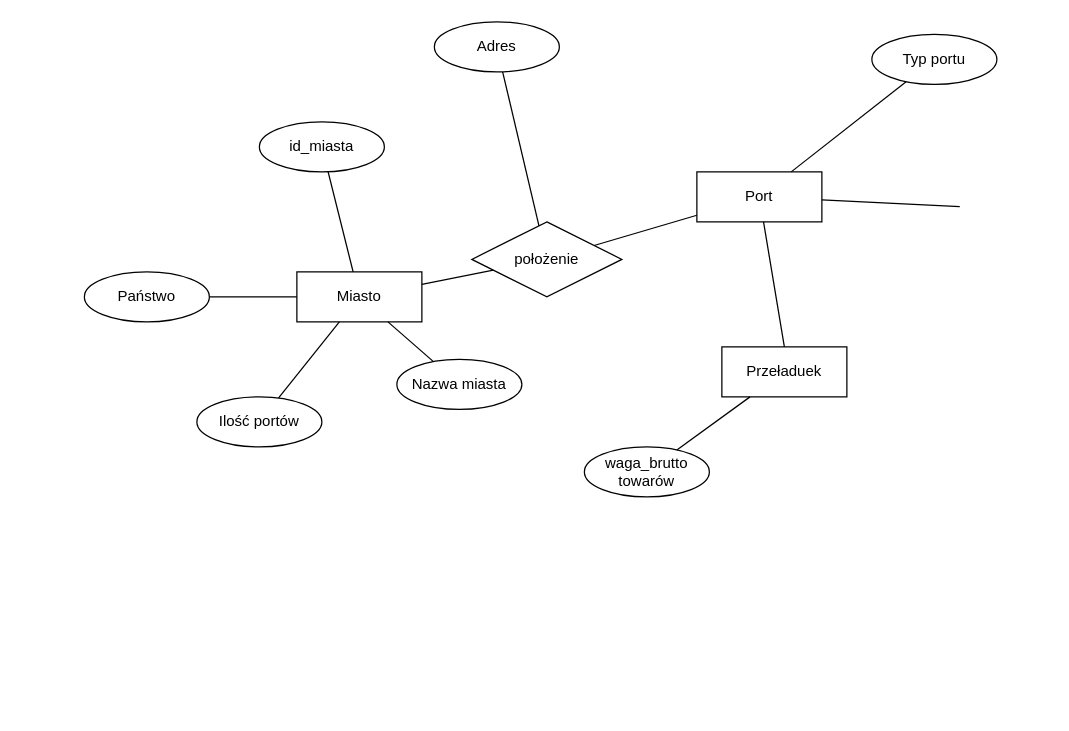
finalkiwii/databases-umbrellas keeps this draw.io diagram as portyv2.drawio. Above is the earlier version. Source tidied: cells renumbered, new cells numbered last; positions are measured from the earlier drawing's top-left corner, leaving out a move shared by most shapes. Both pictures are drawn from the tidied source at 125%, with x=0, y=0 at pixel (84, 21).
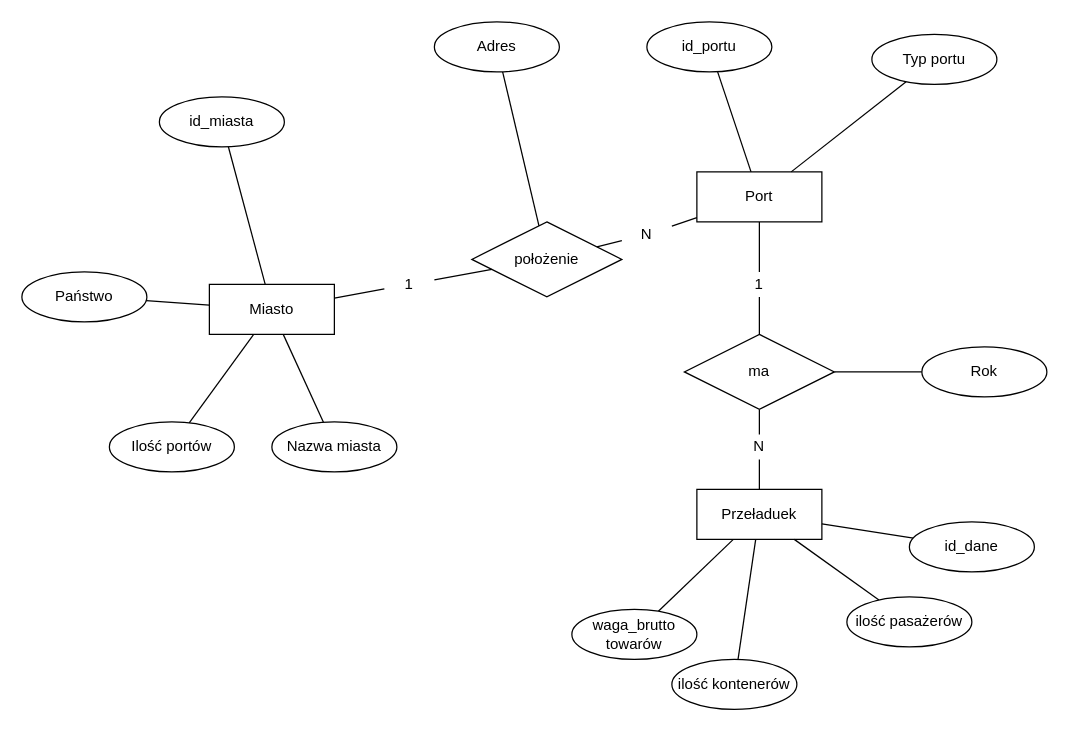
The same page after the edit.

Unchanged cells that the change refers to:
```xml
<mxCell id="7" value="Port" style="whiteSpace=wrap;html=1;align=center;" parent="1" vertex="1">
  <mxGeometry x="490" y="120" width="100" height="40" as="geometry" />
</mxCell>
<mxCell id="10" value="położenie" style="shape=rhombus;perimeter=rhombusPerimeter;whiteSpace=wrap;html=1;align=center;" parent="1" vertex="1">
  <mxGeometry x="310" y="160" width="120" height="60" as="geometry" />
</mxCell>
```

Change to the diagram source:
```diff
@@
     <mxCell id="2" value="Miasto" style="whiteSpace=wrap;html=1;align=center;" parent="1" vertex="1">
-      <mxGeometry x="170" y="200" width="100" height="40" as="geometry" />
+      <mxGeometry x="100" y="210" width="100" height="40" as="geometry" />
     </mxCell>
@@
     <mxCell id="4" value="Państwo" style="ellipse;whiteSpace=wrap;html=1;align=center;" parent="1" vertex="1">
-      <mxGeometry y="200" width="100" height="40" as="geometry" />
+      <mxGeometry x="-50" y="200" width="100" height="40" as="geometry" />
     </mxCell>
@@
     <mxCell id="6" value="Ilość portów" style="ellipse;whiteSpace=wrap;html=1;align=center;" parent="1" vertex="1">
-      <mxGeometry x="90" y="300" width="100" height="40" as="geometry" />
+      <mxGeometry x="20" y="320" width="100" height="40" as="geometry" />
     </mxCell>
@@
-    <mxCell id="8" style="edgeStyle=none;rounded=0;jettySize=auto;html=1;endArrow=none;endFill=0;" parent="1" edge="1" source="10" target="7">
+    <mxCell id="8" style="edgeStyle=none;rounded=0;jettySize=auto;html=1;endArrow=none;endFill=0;" parent="1" edge="1" source="33" target="7">
       <mxGeometry relative="1" as="geometry" />
     </mxCell>
-    <mxCell id="9" style="edgeStyle=none;rounded=0;jettySize=auto;html=1;endArrow=none;endFill=0;" parent="1" edge="1" source="10" target="2">
+    <mxCell id="9" style="edgeStyle=none;rounded=0;jettySize=auto;html=1;endArrow=none;endFill=0;" parent="1" edge="1" source="35" target="2">
       <mxGeometry relative="1" as="geometry" />
     </mxCell>
@@
-    <mxCell id="15" style="edgeStyle=none;rounded=0;jettySize=auto;html=1;endArrow=none;endFill=0;exitX=0.5;exitY=0;exitDx=0;exitDy=0;" parent="1" edge="1" source="21" target="7">
-      <mxGeometry relative="1" as="geometry" />
-    </mxCell>
@@
     <mxCell id="17" value="id_miasta" style="ellipse;whiteSpace=wrap;html=1;align=center;" parent="1" vertex="1">
-      <mxGeometry x="140" y="80" width="100" height="40" as="geometry" />
+      <mxGeometry x="60" y="60" width="100" height="40" as="geometry" />
     </mxCell>
@@
     <mxCell id="19" value="Nazwa miasta" style="ellipse;whiteSpace=wrap;html=1;align=center;" parent="1" vertex="1">
-      <mxGeometry x="250" y="270" width="100" height="40" as="geometry" />
+      <mxGeometry x="150" y="320" width="100" height="40" as="geometry" />
     </mxCell>
-    <mxCell id="20" style="edgeStyle=none;rounded=0;jettySize=auto;html=1;endArrow=none;endFill=0;" parent="1" edge="1" target="7">
-      <mxGeometry relative="1" as="geometry">
-        <mxPoint x="700.3" y="147.8" as="sourcePoint" />
-      </mxGeometry>
+    <mxCell id="20" style="edgeStyle=none;rounded=0;jettySize=auto;html=1;endArrow=none;endFill=0;exitX=0.5;exitY=0;exitDx=0;exitDy=0;" parent="1" edge="1" source="41" target="7">
+      <mxGeometry relative="1" as="geometry" />
     </mxCell>
+    <mxCell id="24" style="edgeStyle=none;rounded=0;jettySize=auto;html=1;endArrow=none;endFill=0;" parent="1" edge="1" source="43" target="29">
+      <mxGeometry relative="1" as="geometry" />
+    </mxCell>
     <mxCell id="21" value="Przeładuek" style="whiteSpace=wrap;html=1;align=center;" parent="1" vertex="1">
-      <mxGeometry x="510" y="260" width="100" height="40" as="geometry" />
+      <mxGeometry x="490" y="374" width="100" height="40" as="geometry" />
     </mxCell>
@@
     <mxCell id="23" value="waga_brutto towarów" style="ellipse;whiteSpace=wrap;html=1;align=center;" parent="1" vertex="1">
-      <mxGeometry x="400" y="340" width="100" height="40" as="geometry" />
+      <mxGeometry x="390" y="470" width="100" height="40" as="geometry" />
     </mxCell>
+    <mxCell id="25" style="edgeStyle=none;rounded=0;jettySize=auto;html=1;endArrow=none;endFill=0;" parent="1" edge="1" source="26" target="21">
+      <mxGeometry relative="1" as="geometry" />
+    </mxCell>
+    <mxCell id="26" value="ilość kontenerów" style="ellipse;whiteSpace=wrap;html=1;align=center;" parent="1" vertex="1">
+      <mxGeometry x="470" y="510" width="100" height="40" as="geometry" />
+    </mxCell>
+    <mxCell id="27" style="edgeStyle=none;rounded=0;jettySize=auto;html=1;endArrow=none;endFill=0;" parent="1" edge="1" source="28" target="21">
+      <mxGeometry relative="1" as="geometry" />
+    </mxCell>
+    <mxCell id="28" value="ilość pasażerów" style="ellipse;whiteSpace=wrap;html=1;align=center;" parent="1" vertex="1">
+      <mxGeometry x="610" y="460" width="100" height="40" as="geometry" />
+    </mxCell>
+    <mxCell id="29" value="ma" style="shape=rhombus;perimeter=rhombusPerimeter;whiteSpace=wrap;html=1;align=center;" parent="1" vertex="1">
+      <mxGeometry x="480" y="250" width="120" height="60" as="geometry" />
+    </mxCell>
+    <mxCell id="30" style="edgeStyle=none;rounded=0;jettySize=auto;html=1;endArrow=none;endFill=0;" parent="1" edge="1" source="31" target="29">
+      <mxGeometry relative="1" as="geometry" />
+    </mxCell>
+    <mxCell id="31" value="Rok" style="ellipse;whiteSpace=wrap;html=1;align=center;" parent="1" vertex="1">
+      <mxGeometry x="670" y="260" width="100" height="40" as="geometry" />
+    </mxCell>
+    <mxCell id="32" style="edgeStyle=none;rounded=0;orthogonalLoop=1;jettySize=auto;html=1;exitX=0.5;exitY=0;exitDx=0;exitDy=0;endArrow=none;endFill=0;" parent="1" edge="1" source="31" target="31">
+      <mxGeometry relative="1" as="geometry" />
+    </mxCell>
+    <mxCell id="33" value="N" style="text;html=1;strokeColor=none;fillColor=none;align=center;verticalAlign=middle;whiteSpace=wrap;rounded=0;" parent="1" vertex="1">
+      <mxGeometry x="430" y="160" width="40" height="20" as="geometry" />
+    </mxCell>
+    <mxCell id="34" style="edgeStyle=none;rounded=0;jettySize=auto;html=1;endArrow=none;endFill=0;" parent="1" edge="1" source="10" target="33">
+      <mxGeometry relative="1" as="geometry" />
+    </mxCell>
+    <mxCell id="35" value="1" style="text;html=1;strokeColor=none;fillColor=none;align=center;verticalAlign=middle;whiteSpace=wrap;rounded=0;" parent="1" vertex="1">
+      <mxGeometry x="240" y="200" width="40" height="20" as="geometry" />
+    </mxCell>
+    <mxCell id="36" style="edgeStyle=none;rounded=0;jettySize=auto;html=1;endArrow=none;endFill=0;" parent="1" edge="1" source="10" target="35">
+      <mxGeometry relative="1" as="geometry" />
+    </mxCell>
+    <mxCell id="37" style="edgeStyle=none;rounded=0;jettySize=auto;html=1;endArrow=none;endFill=0;" parent="1" edge="1" source="38" target="7">
+      <mxGeometry relative="1" as="geometry" />
+    </mxCell>
+    <mxCell id="38" value="id_portu" style="ellipse;whiteSpace=wrap;html=1;align=center;" parent="1" vertex="1">
+      <mxGeometry x="450" width="100" height="40" as="geometry" />
+    </mxCell>
+    <mxCell id="39" style="edgeStyle=none;rounded=0;jettySize=auto;html=1;endArrow=none;endFill=0;" parent="1" edge="1" source="40" target="21">
+      <mxGeometry relative="1" as="geometry" />
+    </mxCell>
+    <mxCell id="40" value="id_dane" style="ellipse;whiteSpace=wrap;html=1;align=center;" parent="1" vertex="1">
+      <mxGeometry x="660" y="400" width="100" height="40" as="geometry" />
+    </mxCell>
+    <mxCell id="41" value="1" style="text;html=1;strokeColor=none;fillColor=none;align=center;verticalAlign=middle;whiteSpace=wrap;rounded=0;" parent="1" vertex="1">
+      <mxGeometry x="520" y="200" width="40" height="20" as="geometry" />
+    </mxCell>
+    <mxCell id="42" style="edgeStyle=none;rounded=0;jettySize=auto;html=1;endArrow=none;endFill=0;exitX=0.5;exitY=0;exitDx=0;exitDy=0;" parent="1" edge="1" source="29" target="41">
+      <mxGeometry relative="1" as="geometry" />
+    </mxCell>
+    <mxCell id="43" value="N" style="text;html=1;strokeColor=none;fillColor=none;align=center;verticalAlign=middle;whiteSpace=wrap;rounded=0;" parent="1" vertex="1">
+      <mxGeometry x="520" y="330" width="40" height="20" as="geometry" />
+    </mxCell>
+    <mxCell id="44" style="edgeStyle=none;rounded=0;jettySize=auto;html=1;endArrow=none;endFill=0;" parent="1" edge="1" source="21" target="43">
+      <mxGeometry relative="1" as="geometry" />
+    </mxCell>
```
